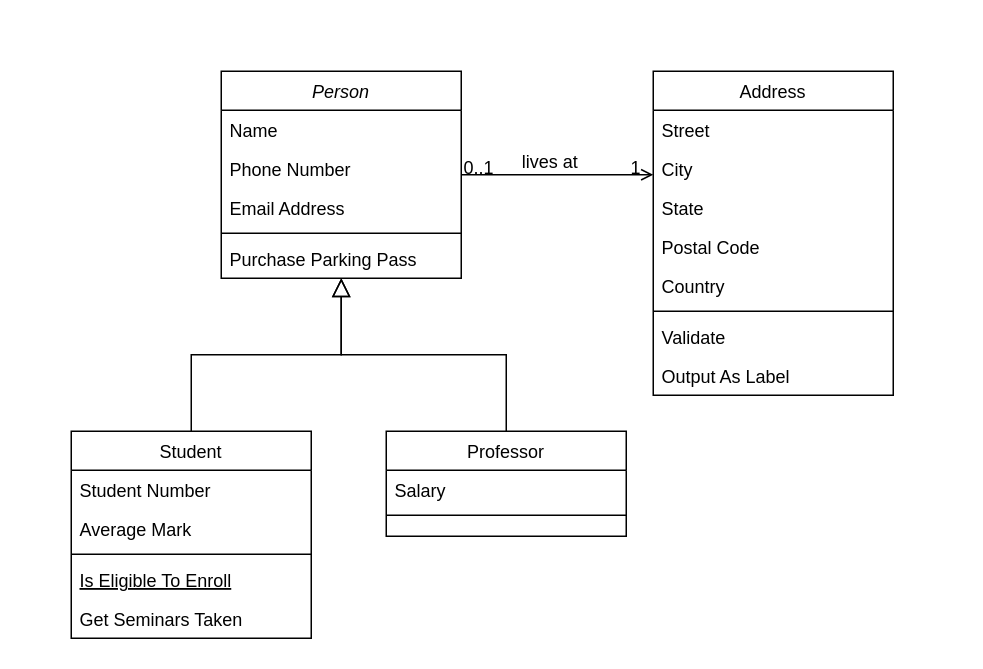
Before: Uebung1/UML_Uebung1.drawio in Software-Engineering-Team-HBRS/uebungsaufgaben, a draw.io diagram. Source tidied: cells renumbered, new cells numbered last; positions are measured from the earlier drawing's top-left corner, leaving out a move shared by most shapes. Both pictures are drawn from the tidied source at 150%, with x=0, y=0 at pixel (70, 70).
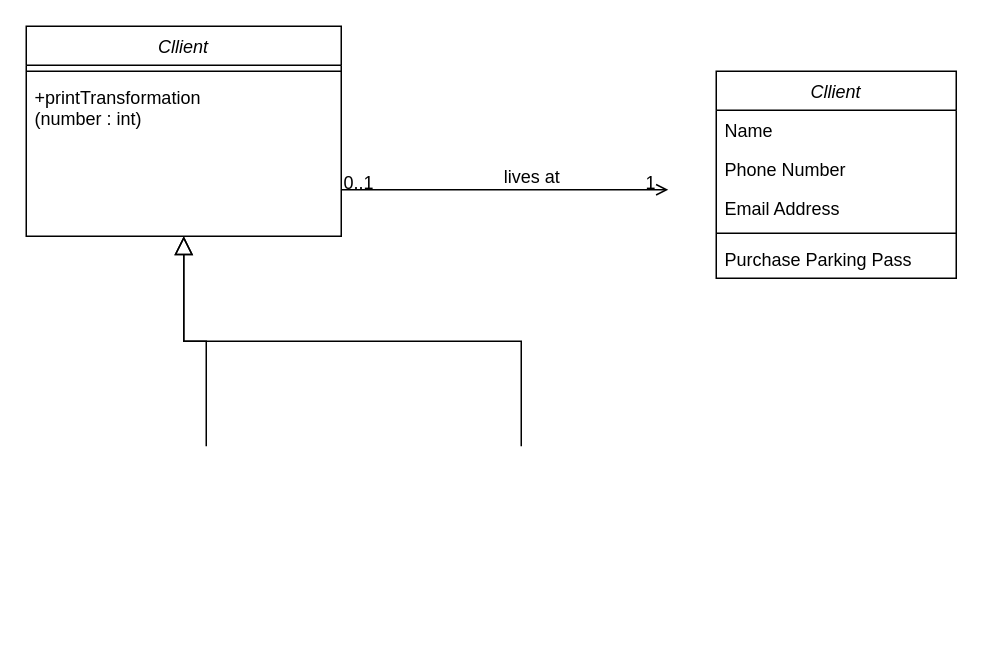
Above is the later version.

What changed in the source:
```diff
@@
-    <mxCell id="2" value="Person" style="swimlane;fontStyle=2;align=center;verticalAlign=top;horizontal=1;startSize=26;rounded=0;shadow=0;strokeWidth=1;" parent="1" vertex="1">
-      <mxGeometry x="100" width="160" height="138" as="geometry" />
-    </mxCell>
+    <mxCell id="32" value="Cllient" style="swimlane;fontStyle=2;align=center;verticalAlign=top;horizontal=1;startSize=26;rounded=0;shadow=0;strokeWidth=1;" parent="1" vertex="1">
+      <mxGeometry x="-30" y="-30" width="210" height="140" as="geometry" />
+    </mxCell>
+    <mxCell id="33" style="line;html=1;strokeWidth=1;align=left;verticalAlign=middle;spacingTop=-1;spacingLeft=3;spacingRight=3;labelPosition=right;" parent="32" vertex="1">
+      <mxGeometry y="26" width="210" height="8" as="geometry" />
+    </mxCell>
+    <mxCell id="34" value="+printTransformation &#10;(number : int)" style="text;align=left;verticalAlign=top;spacingLeft=4;spacingRight=4;overflow=hidden;" parent="32" vertex="1">
+      <mxGeometry y="34" width="210" height="56" as="geometry" />
+    </mxCell>
+    <mxCell id="35" style="endArrow=block;endSize=10;endFill=0;shadow=0;strokeWidth=1;rounded=0;curved=0;edgeStyle=elbowEdgeStyle;elbow=vertical;" parent="1" edge="1" target="32">
+      <mxGeometry relative="1" as="geometry">
+        <mxPoint x="90" y="250" as="sourcePoint" />
+      </mxGeometry>
+    </mxCell>
+    <mxCell id="36" style="endArrow=block;endSize=10;endFill=0;shadow=0;strokeWidth=1;rounded=0;curved=0;edgeStyle=elbowEdgeStyle;elbow=vertical;" parent="1" edge="1" target="32">
+      <mxGeometry relative="1" as="geometry">
+        <mxPoint x="300" y="250" as="sourcePoint" />
+      </mxGeometry>
+    </mxCell>
+    <mxCell id="37" style="endArrow=open;shadow=0;strokeWidth=1;rounded=0;curved=0;endFill=1;edgeStyle=elbowEdgeStyle;elbow=vertical;" parent="1" edge="1" source="32">
+      <mxGeometry x="0.5" y="41" relative="1" as="geometry">
+        <mxPoint x="398" y="79" as="targetPoint" />
+        <mxPoint x="-40" y="32" as="offset" />
+      </mxGeometry>
+    </mxCell>
+    <mxCell id="29" value="0..1" style="align=left;verticalAlign=bottom;labelBackgroundColor=none;fontSize=12;" parent="37" vertex="1">
+      <mxGeometry x="-1" relative="1" as="geometry">
+        <mxPoint y="4" as="offset" />
+      </mxGeometry>
+    </mxCell>
+    <mxCell id="30" value="1" style="align=right;verticalAlign=bottom;labelBackgroundColor=none;fontSize=12;" parent="37" vertex="1">
+      <mxGeometry x="1" relative="1" as="geometry">
+        <mxPoint x="-7" y="4" as="offset" />
+      </mxGeometry>
+    </mxCell>
+    <mxCell id="31" value="lives at" style="text;html=1;align=center;verticalAlign=middle;labelBackgroundColor=none;rounded=0;shadow=0;strokeWidth=1;fontSize=12;" parent="37" vertex="1">
+      <mxGeometry x="0.5" y="49" relative="1" as="geometry">
+        <mxPoint x="-38" y="40" as="offset" />
+      </mxGeometry>
+    </mxCell>
+    <mxCell id="38" value="Cllient" style="swimlane;fontStyle=2;align=center;verticalAlign=top;horizontal=1;startSize=26;rounded=0;shadow=0;strokeWidth=1;" parent="1" vertex="1">
+      <mxGeometry x="430" width="160" height="138" as="geometry" />
+    </mxCell>
-    <mxCell id="3" value="Name" style="text;align=left;verticalAlign=top;spacingLeft=4;spacingRight=4;overflow=hidden;" parent="2" vertex="1">
+    <mxCell id="3" value="Name" style="text;align=left;verticalAlign=top;spacingLeft=4;spacingRight=4;overflow=hidden;" parent="38" vertex="1">
       <mxGeometry y="26" width="160" height="26" as="geometry" />
     </mxCell>
-    <mxCell id="4" value="Phone Number" style="text;align=left;verticalAlign=top;spacingLeft=4;spacingRight=4;overflow=hidden;rounded=0;shadow=0;html=0;" parent="2" vertex="1">
+    <mxCell id="4" value="Phone Number" style="text;align=left;verticalAlign=top;spacingLeft=4;spacingRight=4;overflow=hidden;rounded=0;shadow=0;html=0;" parent="38" vertex="1">
       <mxGeometry y="52" width="160" height="26" as="geometry" />
     </mxCell>
-    <mxCell id="5" value="Email Address" style="text;align=left;verticalAlign=top;spacingLeft=4;spacingRight=4;overflow=hidden;rounded=0;shadow=0;html=0;" parent="2" vertex="1">
+    <mxCell id="5" value="Email Address" style="text;align=left;verticalAlign=top;spacingLeft=4;spacingRight=4;overflow=hidden;rounded=0;shadow=0;html=0;" parent="38" vertex="1">
       <mxGeometry y="78" width="160" height="26" as="geometry" />
     </mxCell>
-    <mxCell id="6" style="line;html=1;strokeWidth=1;align=left;verticalAlign=middle;spacingTop=-1;spacingLeft=3;spacingRight=3;labelPosition=right;" parent="2" vertex="1">
+    <mxCell id="6" style="line;html=1;strokeWidth=1;align=left;verticalAlign=middle;spacingTop=-1;spacingLeft=3;spacingRight=3;labelPosition=right;" parent="38" vertex="1">
       <mxGeometry y="104" width="160" height="8" as="geometry" />
     </mxCell>
-    <mxCell id="7" value="Purchase Parking Pass" style="text;align=left;verticalAlign=top;spacingLeft=4;spacingRight=4;overflow=hidden;" parent="2" vertex="1">
+    <mxCell id="7" value="Purchase Parking Pass" style="text;align=left;verticalAlign=top;spacingLeft=4;spacingRight=4;overflow=hidden;" parent="38" vertex="1">
       <mxGeometry y="112" width="160" height="26" as="geometry" />
     </mxCell>
-    <mxCell id="8" value="Student" style="swimlane;fontStyle=0;align=center;verticalAlign=top;horizontal=1;startSize=26;rounded=0;shadow=0;strokeWidth=1;" parent="1" vertex="1">
-      <mxGeometry y="240" width="160" height="138" as="geometry" />
-    </mxCell>
-    <mxCell id="9" value="Student Number" style="text;align=left;verticalAlign=top;spacingLeft=4;spacingRight=4;overflow=hidden;" parent="8" vertex="1">
-      <mxGeometry y="26" width="160" height="26" as="geometry" />
-    </mxCell>
-    <mxCell id="10" value="Average Mark" style="text;align=left;verticalAlign=top;spacingLeft=4;spacingRight=4;overflow=hidden;rounded=0;shadow=0;html=0;" parent="8" vertex="1">
-      <mxGeometry y="52" width="160" height="26" as="geometry" />
-    </mxCell>
-    <mxCell id="11" style="line;html=1;strokeWidth=1;align=left;verticalAlign=middle;spacingTop=-1;spacingLeft=3;spacingRight=3;labelPosition=right;" parent="8" vertex="1">
-      <mxGeometry y="78" width="160" height="8" as="geometry" />
-    </mxCell>
-    <mxCell id="12" value="Is Eligible To Enroll" style="text;align=left;verticalAlign=top;spacingLeft=4;spacingRight=4;overflow=hidden;fontStyle=4;" parent="8" vertex="1">
-      <mxGeometry y="86" width="160" height="26" as="geometry" />
-    </mxCell>
-    <mxCell id="13" value="Get Seminars Taken" style="text;align=left;verticalAlign=top;spacingLeft=4;spacingRight=4;overflow=hidden;" parent="8" vertex="1">
-      <mxGeometry y="112" width="160" height="26" as="geometry" />
-    </mxCell>
-    <mxCell id="14" style="endArrow=block;endSize=10;endFill=0;shadow=0;strokeWidth=1;rounded=0;curved=0;edgeStyle=elbowEdgeStyle;elbow=vertical;" parent="1" edge="1" source="8" target="2">
-      <mxGeometry relative="1" as="geometry" />
-    </mxCell>
-    <mxCell id="15" value="Professor" style="swimlane;fontStyle=0;align=center;verticalAlign=top;horizontal=1;startSize=26;rounded=0;shadow=0;strokeWidth=1;" parent="1" vertex="1">
-      <mxGeometry x="210" y="240" width="160" height="70" as="geometry" />
-    </mxCell>
-    <mxCell id="16" value="Salary" style="text;align=left;verticalAlign=top;spacingLeft=4;spacingRight=4;overflow=hidden;" parent="15" vertex="1">
-      <mxGeometry y="26" width="160" height="26" as="geometry" />
-    </mxCell>
-    <mxCell id="17" style="line;html=1;strokeWidth=1;align=left;verticalAlign=middle;spacingTop=-1;spacingLeft=3;spacingRight=3;labelPosition=right;" parent="15" vertex="1">
-      <mxGeometry y="52" width="160" height="8" as="geometry" />
-    </mxCell>
-    <mxCell id="18" style="endArrow=block;endSize=10;endFill=0;shadow=0;strokeWidth=1;rounded=0;curved=0;edgeStyle=elbowEdgeStyle;elbow=vertical;" parent="1" edge="1" source="15" target="2">
-      <mxGeometry relative="1" as="geometry" />
-    </mxCell>
-    <mxCell id="19" value="Address" style="swimlane;fontStyle=0;align=center;verticalAlign=top;horizontal=1;startSize=26;rounded=0;shadow=0;strokeWidth=1;" parent="1" vertex="1">
-      <mxGeometry x="388" width="160" height="216" as="geometry" />
-    </mxCell>
-    <mxCell id="20" value="Street" style="text;align=left;verticalAlign=top;spacingLeft=4;spacingRight=4;overflow=hidden;" parent="19" vertex="1">
-      <mxGeometry y="26" width="160" height="26" as="geometry" />
-    </mxCell>
-    <mxCell id="21" value="City" style="text;align=left;verticalAlign=top;spacingLeft=4;spacingRight=4;overflow=hidden;rounded=0;shadow=0;html=0;" parent="19" vertex="1">
-      <mxGeometry y="52" width="160" height="26" as="geometry" />
-    </mxCell>
-    <mxCell id="22" value="State" style="text;align=left;verticalAlign=top;spacingLeft=4;spacingRight=4;overflow=hidden;rounded=0;shadow=0;html=0;" parent="19" vertex="1">
-      <mxGeometry y="78" width="160" height="26" as="geometry" />
-    </mxCell>
-    <mxCell id="23" value="Postal Code" style="text;align=left;verticalAlign=top;spacingLeft=4;spacingRight=4;overflow=hidden;rounded=0;shadow=0;html=0;" parent="19" vertex="1">
-      <mxGeometry y="104" width="160" height="26" as="geometry" />
-    </mxCell>
-    <mxCell id="24" value="Country" style="text;align=left;verticalAlign=top;spacingLeft=4;spacingRight=4;overflow=hidden;rounded=0;shadow=0;html=0;" parent="19" vertex="1">
-      <mxGeometry y="130" width="160" height="26" as="geometry" />
-    </mxCell>
-    <mxCell id="25" style="line;html=1;strokeWidth=1;align=left;verticalAlign=middle;spacingTop=-1;spacingLeft=3;spacingRight=3;labelPosition=right;" parent="19" vertex="1">
-      <mxGeometry y="156" width="160" height="8" as="geometry" />
-    </mxCell>
-    <mxCell id="26" value="Validate" style="text;align=left;verticalAlign=top;spacingLeft=4;spacingRight=4;overflow=hidden;" parent="19" vertex="1">
-      <mxGeometry y="164" width="160" height="26" as="geometry" />
-    </mxCell>
-    <mxCell id="27" value="Output As Label" style="text;align=left;verticalAlign=top;spacingLeft=4;spacingRight=4;overflow=hidden;" parent="19" vertex="1">
-      <mxGeometry y="190" width="160" height="26" as="geometry" />
-    </mxCell>
-    <mxCell id="28" style="endArrow=open;shadow=0;strokeWidth=1;rounded=0;curved=0;endFill=1;edgeStyle=elbowEdgeStyle;elbow=vertical;" parent="1" edge="1" source="2" target="19">
-      <mxGeometry x="0.5" y="41" relative="1" as="geometry">
-        <mxPoint x="-40" y="32" as="offset" />
-      </mxGeometry>
-    </mxCell>
-    <mxCell id="29" value="0..1" style="align=left;verticalAlign=bottom;labelBackgroundColor=none;fontSize=12;" parent="28" vertex="1">
-      <mxGeometry x="-1" relative="1" as="geometry">
-        <mxPoint y="4" as="offset" />
-      </mxGeometry>
-    </mxCell>
-    <mxCell id="30" value="1" style="align=right;verticalAlign=bottom;labelBackgroundColor=none;fontSize=12;" parent="28" vertex="1">
-      <mxGeometry x="1" relative="1" as="geometry">
-        <mxPoint x="-7" y="4" as="offset" />
-      </mxGeometry>
-    </mxCell>
-    <mxCell id="31" value="lives at" style="text;html=1;align=center;verticalAlign=middle;labelBackgroundColor=none;rounded=0;shadow=0;strokeWidth=1;fontSize=12;" parent="28" vertex="1">
-      <mxGeometry x="0.5" y="49" relative="1" as="geometry">
-        <mxPoint x="-38" y="40" as="offset" />
-      </mxGeometry>
-    </mxCell>
```
